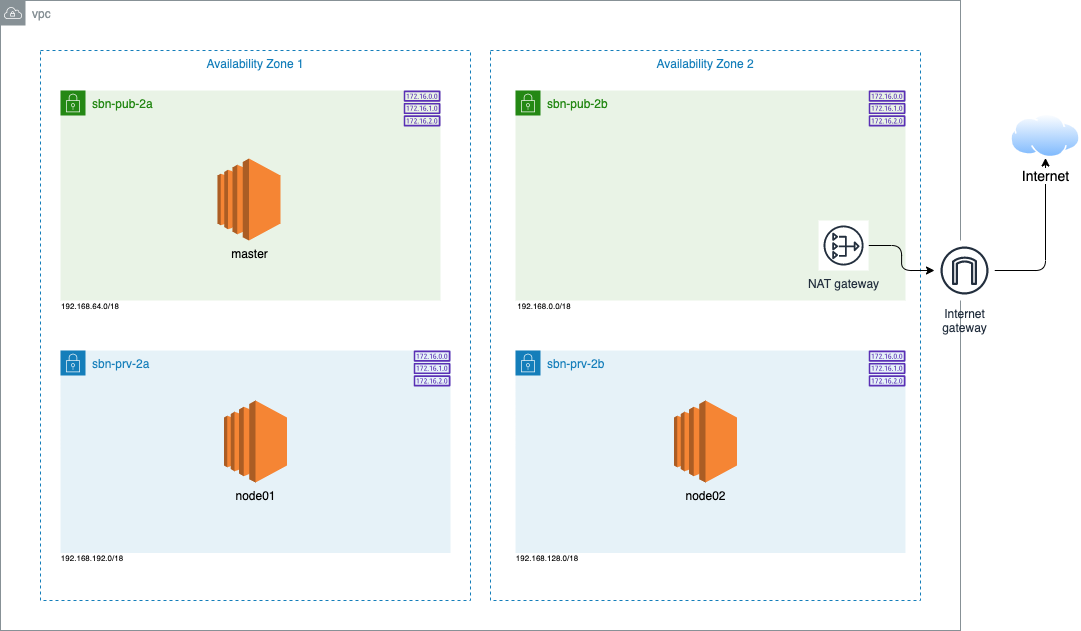
Above: img/diagram_before.png in lessandro-ugulino/ec2-docker-swarm-automation (draw.io), before the change. Source tidied: cells renumbered, new cells last; positions are measured from the earlier drawing's top-left corner, leaving out a move shared by most shapes.
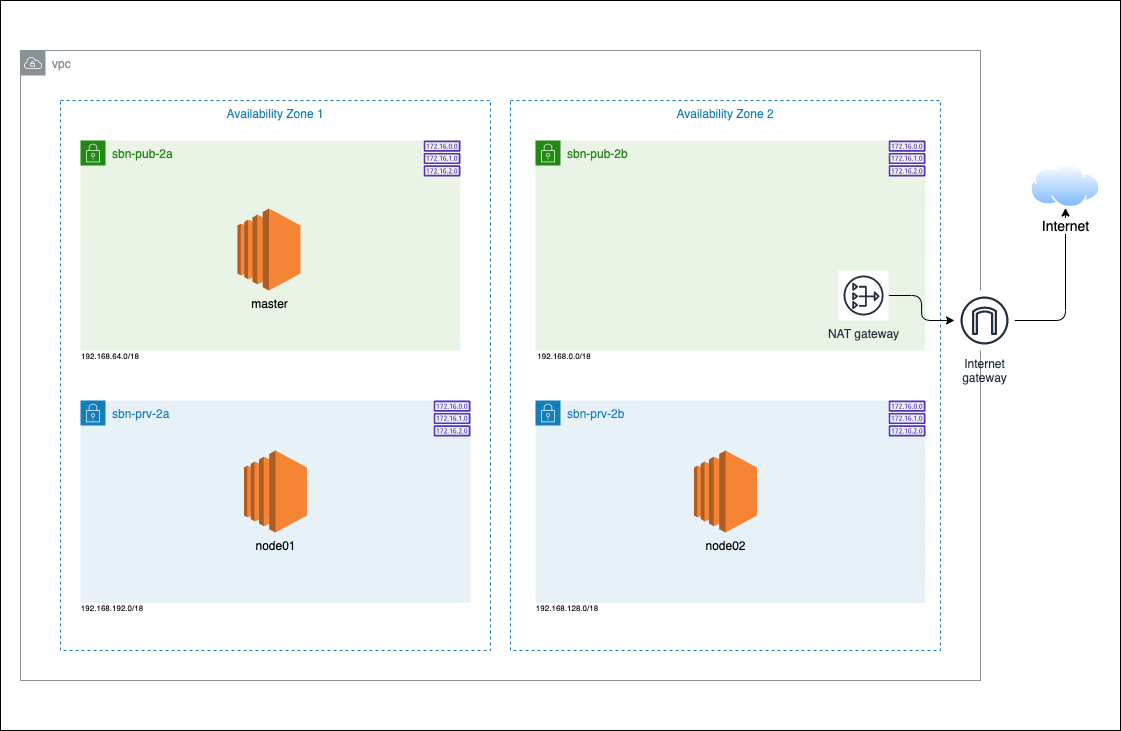
After the commit.

What changed in the source:
```diff
@@ -71,5 +71,8 @@
     <mxCell id="24" value="node02" style="dashed=0;verticalLabelPosition=bottom;verticalAlign=top;align=center;html=1;shape=mxgraph.aws3.ec2;fillColor=#F58534;gradientColor=none;" parent="1" vertex="1">
       <mxGeometry x="673.5" y="400" width="63" height="82" as="geometry" />
     </mxCell>
+    <mxCell id="25" style="rounded=0;whiteSpace=wrap;html=1;strokeColor=#000000;fillColor=none;" parent="1" vertex="1">
+      <mxGeometry x="-20" y="-50" width="1120" height="730" as="geometry" />
+    </mxCell>
   </root>
 </mxGraphModel>
```
